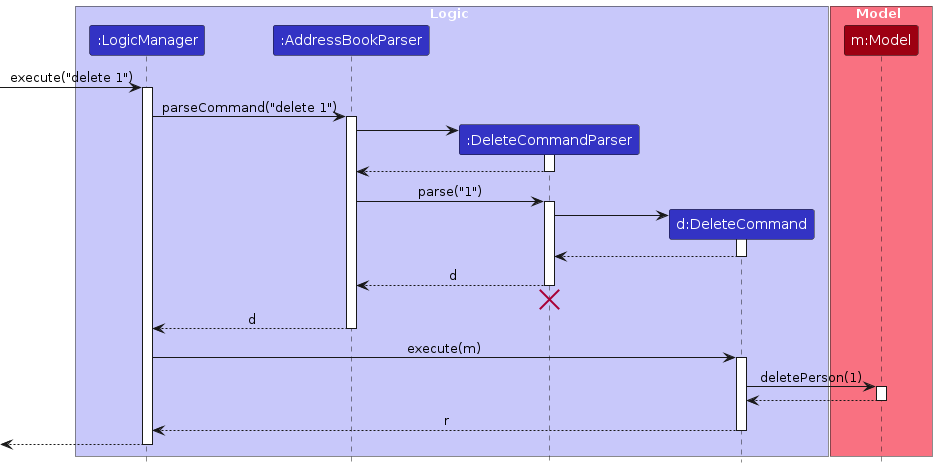
This is diagrams/DeleteSequenceDiagram.png from AY2324S2-CS2103T-W12-3/tp, a PlantUML export, as it was before one commit. Its source is kept beside it as diagrams/DeleteSequenceDiagram.puml.
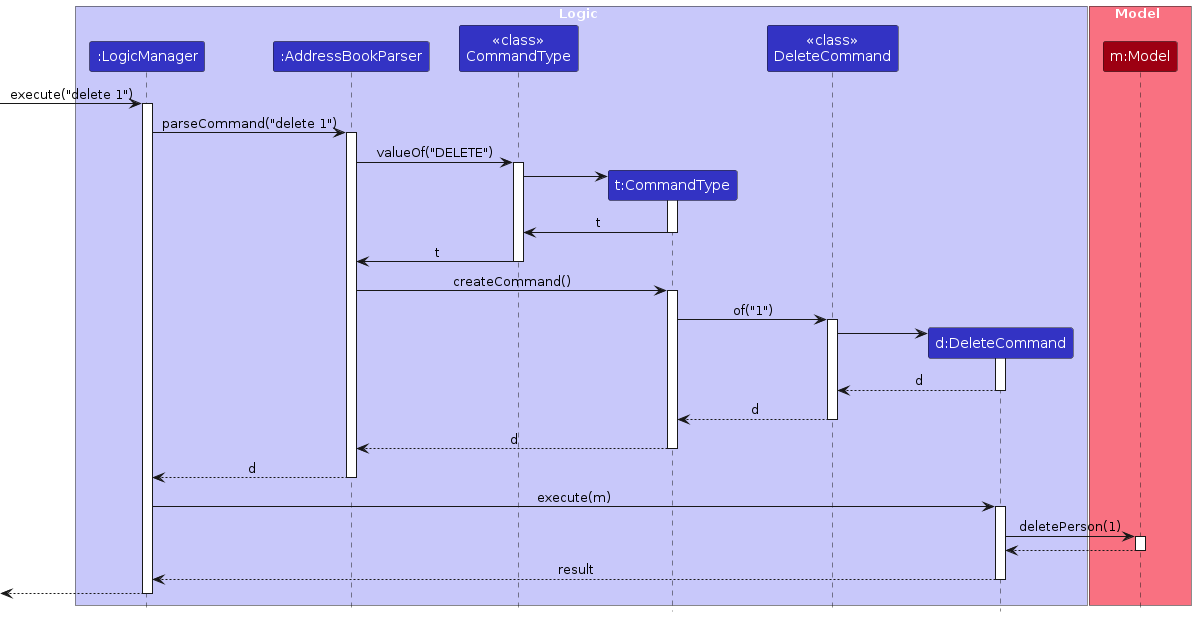
The same file after the commit.

What changed in the source:
```diff
@@ -5,7 +5,9 @@
 box Logic LOGIC_COLOR_T1
 participant ":LogicManager" as LogicManager LOGIC_COLOR
 participant ":AddressBookParser" as AddressBookParser LOGIC_COLOR
-participant ":DeleteCommandParser" as DeleteCommandParser LOGIC_COLOR
+participant "<<class>>\nCommandType" as CommandTypeClass LOGIC_COLOR
+participant "t:CommandType" as CommandType LOGIC_COLOR
+participant "<<class>>\nDeleteCommand" as DeleteCommandClass LOGIC_COLOR
 participant "d:DeleteCommand" as DeleteCommand LOGIC_COLOR
 end box
 
@@ -19,30 +21,41 @@
 LogicManager -> AddressBookParser : parseCommand("delete 1")
 activate AddressBookParser
 
-create DeleteCommandParser
-AddressBookParser -> DeleteCommandParser
-activate DeleteCommandParser
+AddressBookParser -> CommandTypeClass : valueOf("DELETE")
+activate CommandTypeClass
 
-DeleteCommandParser --> AddressBookParser
-deactivate DeleteCommandParser
+create CommandType
+CommandTypeClass -> CommandType
+activate CommandType
 
-AddressBookParser -> DeleteCommandParser : parse("1")
-activate DeleteCommandParser
+CommandType -> CommandTypeClass : t
+deactivate CommandType
+
+CommandTypeClass -> AddressBookParser : t
+deactivate CommandTypeClass
+
+AddressBookParser -> CommandType : createCommand()
+activate CommandType
+
+CommandType -> DeleteCommandClass : of("1")
+activate DeleteCommandClass
 
 create DeleteCommand
-DeleteCommandParser -> DeleteCommand
+DeleteCommandClass -> DeleteCommand
 activate DeleteCommand
 
-DeleteCommand --> DeleteCommandParser :
+DeleteCommand --> DeleteCommandClass : d
 deactivate DeleteCommand
 
-DeleteCommandParser --> AddressBookParser : d
-deactivate DeleteCommandParser
-DeleteCommandParser -[hidden]-> AddressBookParser
-destroy DeleteCommandParser
+DeleteCommandClass --> CommandType : d
+deactivate DeleteCommandClass
+
+CommandType --> AddressBookParser : d
+deactivate CommandType
 
 AddressBookParser --> LogicManager : d
 deactivate AddressBookParser
+
 
 LogicManager -> DeleteCommand : execute(m)
 activate DeleteCommand
@@ -53,7 +66,7 @@
 Model --> DeleteCommand
 deactivate Model
 
-DeleteCommand --> LogicManager : r
+DeleteCommand --> LogicManager : result
 deactivate DeleteCommand
 
 [<--LogicManager
```
